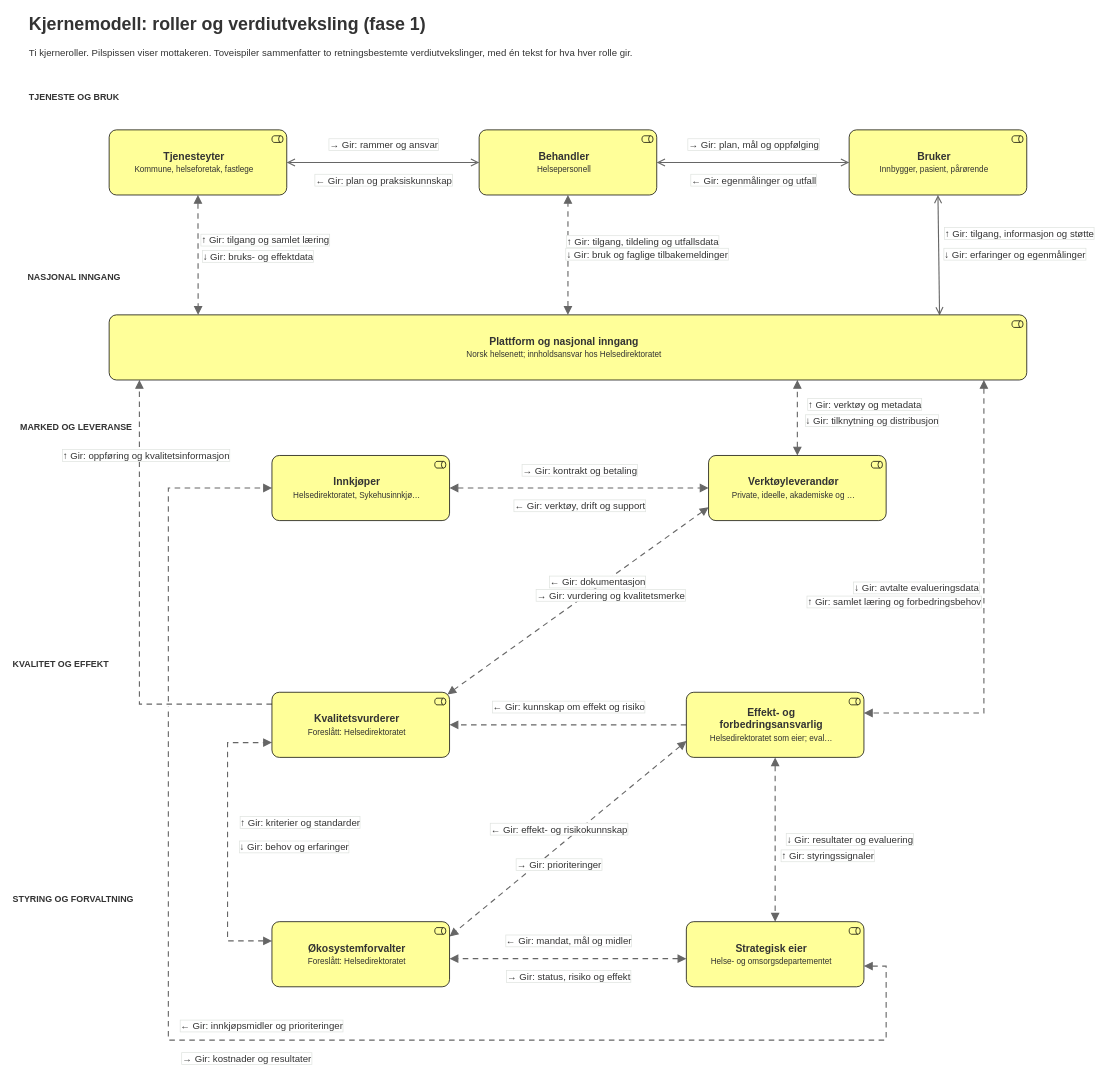
Earlier version of the draw.io diagram docs/business/marked-roller-ansvar-2b-kjernemodell.drawio (hdir/Digital-Forstelinje). Source tidied: cells renumbered, new cells numbered last; positions are measured from the earlier drawing's top-left corner, leaving out a move shared by most shapes. Both pictures are drawn from the tidied source at 74%, with x=0, y=0 at pixel (13, 13).
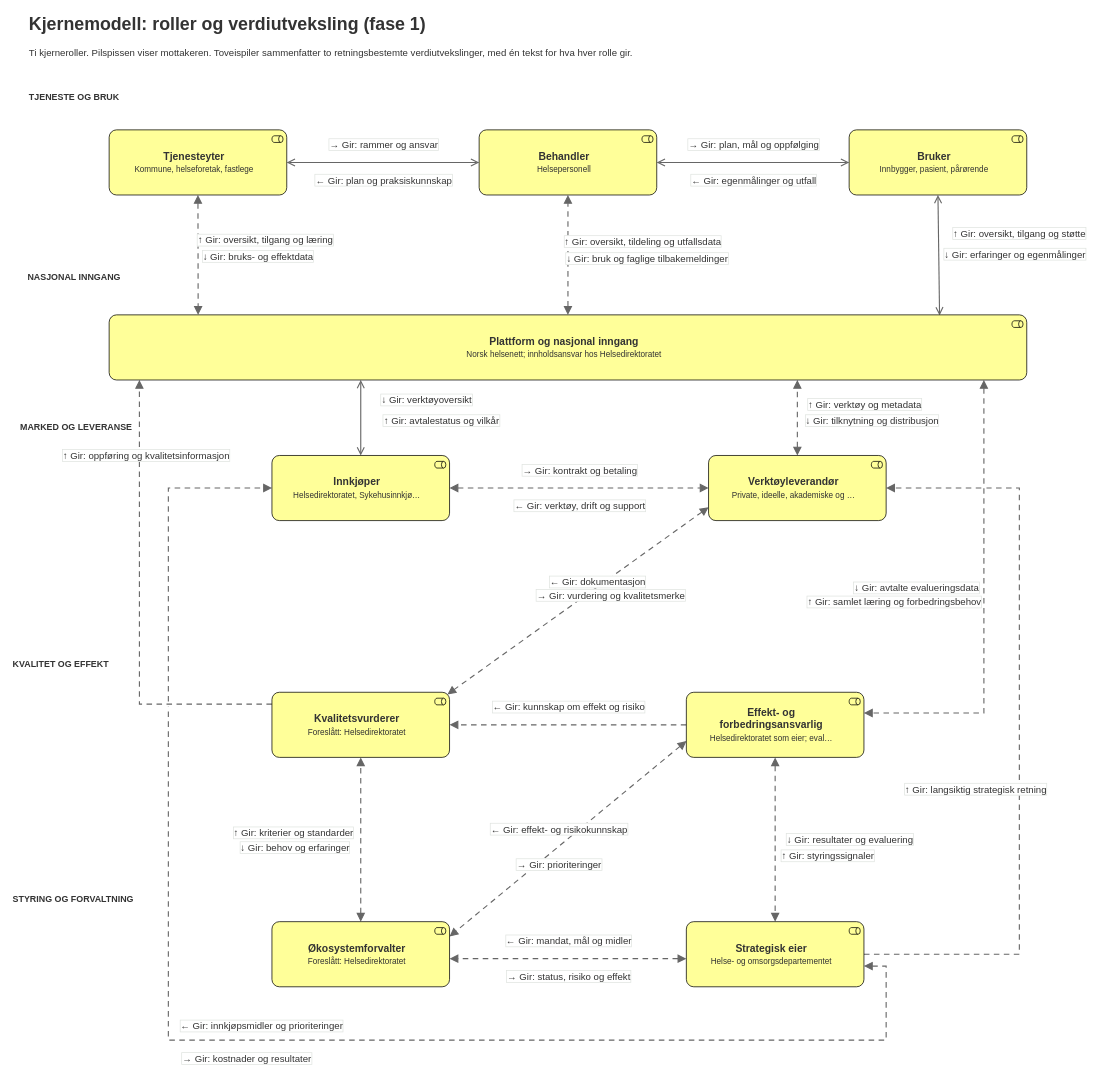
Above is the later version.

Commit message (it also covers changes not shown here):
justering strategisk retning og oversikt

The change refers to these unchanged cells:
```xml
<mxCell id="15" style="rounded=0;curved=0;html=1;strokeColor=#666666;strokeWidth=1.5;fontColor=#333333;fontFamily=Arial;fontSize=13;jumpStyle=gap;jumpSize=6;endArrow=block;endFill=1;endSize=8;startArrow=block;startFill=1;startSize=8;dashed=1;dashPattern=5 4;exitX=0.5;exitY=1;exitDx=0;exitDy=0;exitPerimeter=0;entryX=0.097;entryY=0;entryDx=0;entryDy=0;entryPerimeter=0;" parent="1" edge="1" source="55" target="58">
  <mxGeometry x="0.32" relative="1" as="geometry" />
</mxCell>
<mxCell id="18" style="rounded=0;curved=0;html=1;strokeColor=#666666;strokeWidth=1.5;fontColor=#333333;fontFamily=Arial;fontSize=13;jumpStyle=gap;jumpSize=6;endArrow=block;endFill=1;endSize=8;startArrow=block;startFill=1;startSize=8;dashed=1;dashPattern=5 4;exitX=0.5;exitY=0;exitDx=0;exitDy=0;exitPerimeter=0;entryX=0.5;entryY=1;entryDx=0;entryDy=0;entryPerimeter=0;" parent="1" edge="1" source="58" target="56">
  <mxGeometry x="-0.38" relative="1" as="geometry" />
</mxCell>
<mxCell id="21" style="rounded=0;curved=0;html=1;strokeColor=#666666;strokeWidth=1.5;fontColor=#333333;fontFamily=Arial;fontSize=13;jumpStyle=gap;jumpSize=6;endArrow=open;endFill=0;endSize=8;startArrow=open;startFill=0;startSize=8;dashed=0;dashPattern=5 4;entryX=0.5;entryY=1;entryDx=0;entryDy=0;entryPerimeter=0;exitX=0.905;exitY=0.008;exitDx=0;exitDy=0;exitPerimeter=0;" parent="1" edge="1" source="58" target="57">
  <mxGeometry x="-0.34" relative="1" as="geometry" />
</mxCell>
<mxCell id="58" value="Plattform og nasjonal inngang&lt;br&gt;&lt;span style=&quot;font-size:11px;font-weight:normal&quot;&gt;Norsk helsenett; innholdsansvar hos Helsedirektoratet&lt;/span&gt;" style="html=1;outlineConnect=0;whiteSpace=wrap;fillColor=#ffff99;fontColor=#333333;fontFamily=Arial;fontSize=14;fontStyle=1;align=center;verticalAlign=middle;spacingLeft=10;spacingRight=20;shape=mxgraph.archimate3.application;appType=role;archiType=rounded;" parent="1" vertex="1">
  <mxGeometry x="130" y="408" width="1240" height="88" as="geometry" />
</mxCell>
<mxCell id="59" value="Innkjøper&lt;br&gt;&lt;span style=&quot;font-size:11px;font-weight:normal&quot;&gt;Helsedirektoratet, Sykehusinnkjø…&lt;/span&gt;" style="html=1;outlineConnect=0;whiteSpace=wrap;fillColor=#ffff99;fontColor=#333333;fontFamily=Arial;fontSize=14;fontStyle=1;align=center;verticalAlign=middle;spacingLeft=10;spacingRight=20;shape=mxgraph.archimate3.application;appType=role;archiType=rounded;" parent="1" vertex="1">
  <mxGeometry x="350" y="598" width="240" height="88" as="geometry" />
</mxCell>
<mxCell id="60" value="Verktøyleverandør&lt;br&gt;&lt;span style=&quot;font-size:11px;font-weight:normal&quot;&gt;Private, ideelle, akademiske og …&lt;/span&gt;" style="html=1;outlineConnect=0;whiteSpace=wrap;fillColor=#ffff99;fontColor=#333333;fontFamily=Arial;fontSize=14;fontStyle=1;align=center;verticalAlign=middle;spacingLeft=10;spacingRight=20;shape=mxgraph.archimate3.application;appType=role;archiType=rounded;" parent="1" vertex="1">
  <mxGeometry x="940" y="598" width="240" height="88" as="geometry" />
</mxCell>
<mxCell id="61" value="Kvalitetsvurderer&lt;br&gt;&lt;span style=&quot;font-size:11px;font-weight:normal&quot;&gt;Foreslått: Helsedirektoratet&lt;/span&gt;" style="html=1;outlineConnect=0;whiteSpace=wrap;fillColor=#ffff99;fontColor=#333333;fontFamily=Arial;fontSize=14;fontStyle=1;align=center;verticalAlign=middle;spacingLeft=10;spacingRight=20;shape=mxgraph.archimate3.application;appType=role;archiType=rounded;" parent="1" vertex="1">
  <mxGeometry x="350" y="918" width="240" height="88" as="geometry" />
</mxCell>
<mxCell id="63" value="Økosystemforvalter&lt;br&gt;&lt;span style=&quot;font-size:11px;font-weight:normal&quot;&gt;Foreslått: Helsedirektoratet&lt;/span&gt;" style="html=1;outlineConnect=0;whiteSpace=wrap;fillColor=#ffff99;fontColor=#333333;fontFamily=Arial;fontSize=14;fontStyle=1;align=center;verticalAlign=middle;spacingLeft=10;spacingRight=20;shape=mxgraph.archimate3.application;appType=role;archiType=rounded;" parent="1" vertex="1">
  <mxGeometry x="350" y="1228" width="240" height="88" as="geometry" />
</mxCell>
<mxCell id="64" value="Strategisk eier&lt;br&gt;&lt;span style=&quot;font-size:11px;font-weight:normal&quot;&gt;Helse- og omsorgsdepartementet&lt;/span&gt;" style="html=1;outlineConnect=0;whiteSpace=wrap;fillColor=#ffff99;fontColor=#333333;fontFamily=Arial;fontSize=14;fontStyle=1;align=center;verticalAlign=middle;spacingLeft=10;spacingRight=20;shape=mxgraph.archimate3.application;appType=role;archiType=rounded;" parent="1" vertex="1">
  <mxGeometry x="910" y="1228" width="240" height="88" as="geometry" />
</mxCell>
```

The edit, as a diff of the source:
```diff
@@
-    <mxCell id="17" value="↑ Gir: tilgang og samlet læring" style="edgeLabel;html=1;align=center;verticalAlign=middle;fontFamily=Arial;fontSize=13;fontColor=#333333;labelBackgroundColor=#ffffff;labelBorderColor=#e0e4e0;spacing=4;" parent="15" vertex="1">
+    <mxCell id="17" value="↑ Gir: oversikt, tilgang og læring" style="edgeLabel;html=1;align=center;verticalAlign=middle;fontFamily=Arial;fontSize=13;fontColor=#333333;labelBackgroundColor=#ffffff;labelBorderColor=#e0e4e0;spacing=4;" parent="15" vertex="1">
       <mxGeometry x="0.57" relative="1" as="geometry">
         <mxPoint x="90" y="-66" as="offset" />
       </mxGeometry>
     </mxCell>
@@
-    <mxCell id="19" value="↑ Gir: tilgang, tildeling og utfallsdata" style="edgeLabel;html=1;align=center;verticalAlign=middle;fontFamily=Arial;fontSize=13;fontColor=#333333;labelBackgroundColor=#ffffff;labelBorderColor=#e0e4e0;spacing=4;" parent="18" vertex="1">
+    <mxCell id="19" value="↑ Gir: oversikt, tildeling og utfallsdata" style="edgeLabel;html=1;align=center;verticalAlign=middle;fontFamily=Arial;fontSize=13;fontColor=#333333;labelBackgroundColor=#ffffff;labelBorderColor=#e0e4e0;spacing=4;" parent="18" vertex="1">
       <mxGeometry x="-0.33" relative="1" as="geometry">
         <mxPoint x="100" y="-46" as="offset" />
       </mxGeometry>
     </mxCell>
     <mxCell id="20" value="↓ Gir: bruk og faglige tilbakemeldinger" style="edgeLabel;html=1;align=center;verticalAlign=middle;fontFamily=Arial;fontSize=13;fontColor=#333333;labelBackgroundColor=#ffffff;labelBorderColor=#e0e4e0;spacing=4;" parent="18" vertex="1">
       <mxGeometry x="-0.54" relative="1" as="geometry">
-        <mxPoint x="106" y="-46" as="offset" />
+        <mxPoint x="106" y="-40" as="offset" />
       </mxGeometry>
     </mxCell>
@@
-    <mxCell id="22" value="↑ Gir: tilgang, informasjon og støtte" style="edgeLabel;html=1;align=center;verticalAlign=middle;fontFamily=Arial;fontSize=13;fontColor=#333333;labelBackgroundColor=#ffffff;labelBorderColor=#e0e4e0;spacing=4;" parent="21" vertex="1">
+    <mxCell id="22" value="↑ Gir: oversikt, tilgang og støtte" style="edgeLabel;html=1;align=center;verticalAlign=middle;fontFamily=Arial;fontSize=13;fontColor=#333333;labelBackgroundColor=#ffffff;labelBorderColor=#e0e4e0;spacing=4;" parent="21" vertex="1">
       <mxGeometry x="1" relative="1" as="geometry">
         <mxPoint x="110" y="52" as="offset" />
       </mxGeometry>
     </mxCell>
@@
+    <mxCell id="65" style="rounded=0;curved=0;html=1;strokeColor=#666666;strokeWidth=1.5;fontColor=#333333;fontFamily=Arial;fontSize=13;jumpStyle=gap;jumpSize=6;endArrow=open;endFill=0;endSize=8;startArrow=open;startFill=0;startSize=8;dashed=0;dashPattern=5 4;exitX=0.2742;exitY=1;exitDx=0;exitDy=0;exitPerimeter=0;entryX=0.5;entryY=0;entryDx=0;entryDy=0;entryPerimeter=0;" parent="1" edge="1" source="58" target="59">
+      <mxGeometry relative="1" as="geometry" />
+    </mxCell>
+    <mxCell id="66" value="↓ Gir: verktøyoversikt" style="edgeLabel;html=1;align=center;verticalAlign=middle;fontFamily=Arial;fontSize=13;fontColor=#333333;labelBackgroundColor=#ffffff;labelBorderColor=#e0e4e0;spacing=4;" parent="65" vertex="1">
+      <mxGeometry x="-0.2" relative="1" as="geometry">
+        <mxPoint x="88" y="-14" as="offset" />
+      </mxGeometry>
+    </mxCell>
+    <mxCell id="67" value="↑ Gir: avtalestatus og vilkår" style="edgeLabel;html=1;align=center;verticalAlign=middle;fontFamily=Arial;fontSize=13;fontColor=#333333;labelBackgroundColor=#ffffff;labelBorderColor=#e0e4e0;spacing=4;" parent="65" vertex="1">
+      <mxGeometry x="-0.2" relative="1" as="geometry">
+        <mxPoint x="108" y="14" as="offset" />
+      </mxGeometry>
+    </mxCell>
+    <mxCell id="68" style="edgeStyle=orthogonalEdgeStyle;rounded=0;html=1;strokeColor=#666666;strokeWidth=1.5;fontColor=#333333;fontFamily=Arial;fontSize=13;jumpStyle=gap;jumpSize=6;endArrow=block;endFill=1;endSize=8;startArrow=none;startFill=1;startSize=8;dashed=1;dashPattern=5 4;exitX=1;exitY=0.5;exitDx=0;exitDy=0;exitPerimeter=0;entryX=1;entryY=0.5;entryDx=0;entryDy=0;entryPerimeter=0;" parent="1" edge="1" source="64" target="60">
+      <mxGeometry relative="1" as="geometry">
+        <Array as="points">
+          <mxPoint x="1360" y="1272" />
+          <mxPoint x="1360" y="642" />
+        </Array>
+      </mxGeometry>
+    </mxCell>
+    <mxCell id="69" value="↑ Gir: langsiktig strategisk retning" style="edgeLabel;html=1;align=center;verticalAlign=middle;fontFamily=Arial;fontSize=13;fontColor=#333333;labelBackgroundColor=#ffffff;labelBorderColor=#e0e4e0;spacing=4;" parent="68" vertex="1">
+      <mxGeometry x="-0.2" relative="1" as="geometry">
+        <mxPoint x="-60" y="-26" as="offset" />
+      </mxGeometry>
+    </mxCell>
@@
-    <mxCell id="40" style="edgeStyle=none;noEdgeStyle=1;rounded=0;curved=0;html=1;strokeColor=#666666;strokeWidth=1.5;fontColor=#333333;fontFamily=Arial;fontSize=13;jumpStyle=gap;jumpSize=6;endArrow=block;endFill=1;endSize=8;startArrow=block;startFill=1;startSize=8;dashed=1;dashPattern=5 4;exitX=0;exitY=0.2954545455;exitDx=0;exitDy=0;exitPerimeter=0;entryX=0;entryY=0.7727272727;entryDx=0;entryDy=0;entryPerimeter=0;" parent="1" edge="1" source="63" target="61">
-      <mxGeometry relative="1" as="geometry">
-        <Array as="points">
-          <mxPoint x="290" y="1254" />
-          <mxPoint x="290" y="986" />
-        </Array>
-      </mxGeometry>
+    <mxCell id="40" style="rounded=0;curved=0;html=1;strokeColor=#666666;strokeWidth=1.5;fontColor=#333333;fontFamily=Arial;fontSize=13;jumpStyle=gap;jumpSize=6;endArrow=block;endFill=1;endSize=8;startArrow=block;startFill=1;startSize=8;dashed=1;dashPattern=5 4;exitX=0.5;exitY=0;exitDx=0;exitDy=0;exitPerimeter=0;entryX=0.5;entryY=1;entryDx=0;entryDy=0;entryPerimeter=0;" parent="1" edge="1" source="63" target="61">
+      <mxGeometry relative="1" as="geometry" />
     </mxCell>
     <mxCell id="41" value="↑ Gir: kriterier og standarder" style="edgeLabel;html=1;align=center;verticalAlign=middle;fontFamily=Arial;fontSize=13;fontColor=#333333;labelBackgroundColor=#ffffff;labelBorderColor=#e0e4e0;spacing=4;" parent="40" vertex="1">
-      <mxGeometry x="0.14" relative="1" as="geometry">
-        <mxPoint x="97" as="offset" />
+      <mxGeometry x="0.09" relative="1" as="geometry">
+        <mxPoint x="-92" as="offset" />
       </mxGeometry>
     </mxCell>
     <mxCell id="42" value="↓ Gir: behov og erfaringer" style="edgeLabel;html=1;align=center;verticalAlign=middle;fontFamily=Arial;fontSize=13;fontColor=#333333;labelBackgroundColor=#ffffff;labelBorderColor=#e0e4e0;spacing=4;" parent="40" vertex="1">
-      <mxGeometry x="-0.03" relative="1" as="geometry">
-        <mxPoint x="89.5" as="offset" />
+      <mxGeometry x="-0.01" relative="1" as="geometry">
+        <mxPoint x="-90" y="9" as="offset" />
       </mxGeometry>
     </mxCell>
```
